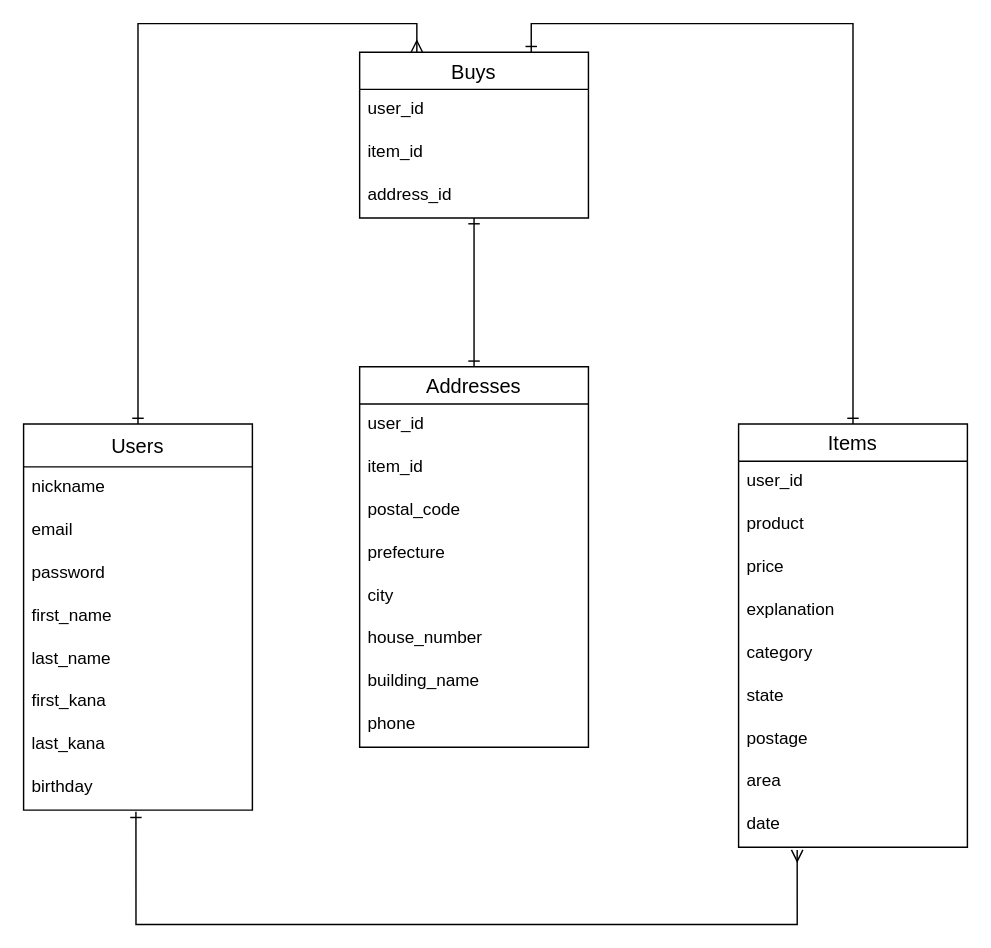
This is furima.dio from shotakawasaki0806/furima-33505, a draw.io file, before an edit. Source tidied: cells renumbered, new cells numbered last; positions are measured from the earlier drawing's top-left corner, leaving out a move shared by most shapes. Both pictures are drawn from the tidied source at 143%, with x=0, y=0 at pixel (23, 51).
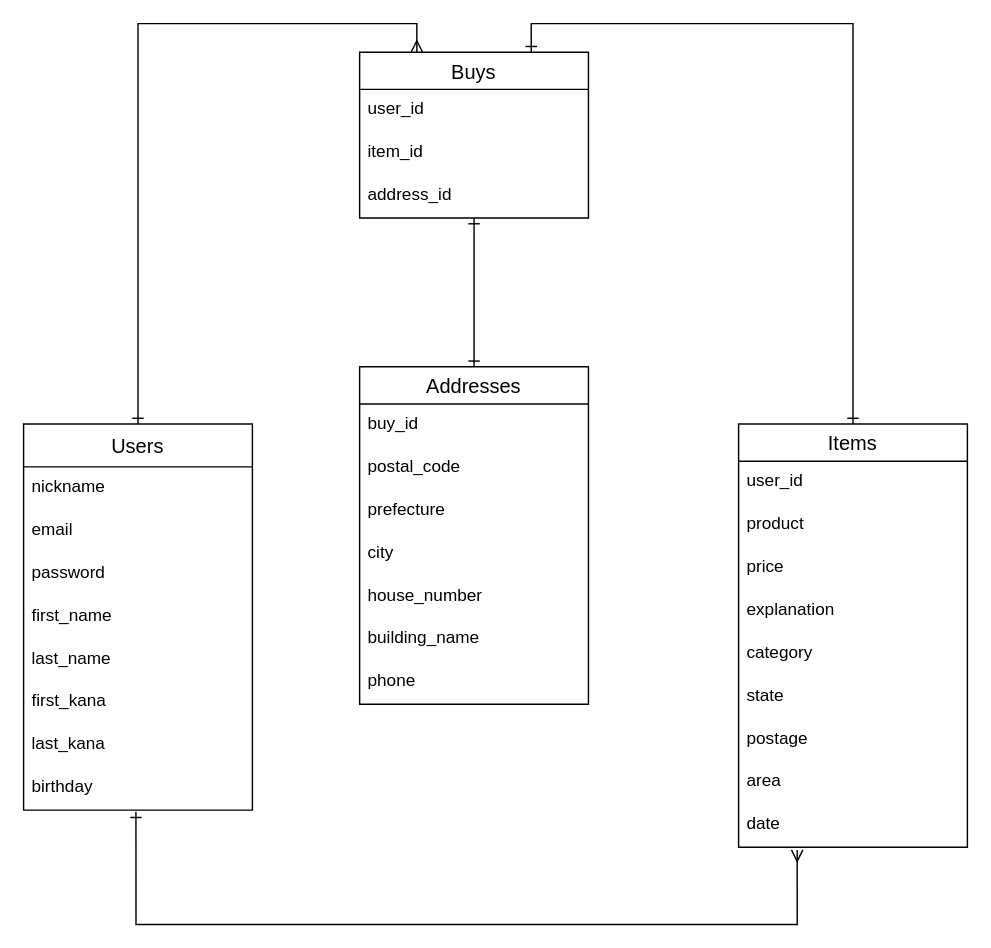
The same diagram, later.

Commit message (it also covers changes not shown here):
外部キーの追記

Diff of the diagram source:
```diff
@@
     <mxCell id="29" value="Addresses" style="swimlane;fontStyle=0;horizontal=1;startSize=26;align=center;fontSize=14;" parent="1" vertex="1">
-      <mxGeometry x="235" y="220" width="160" height="266" as="geometry" />
+      <mxGeometry x="235" y="220" width="160" height="236" as="geometry" />
     </mxCell>
-    <mxCell id="30" value="user_id" style="text;strokeColor=none;fillColor=none;spacingLeft=4;spacingRight=4;overflow=hidden;fontSize=12;" parent="29" vertex="1">
+    <mxCell id="30" value="buy_id" style="text;strokeColor=none;fillColor=none;spacingLeft=4;spacingRight=4;overflow=hidden;fontSize=12;" parent="29" vertex="1">
       <mxGeometry y="26" width="160" height="30" as="geometry" />
     </mxCell>
-    <mxCell id="31" value="item_id" style="text;strokeColor=none;fillColor=none;spacingLeft=4;spacingRight=4;overflow=hidden;fontSize=12;" parent="29" vertex="1">
-      <mxGeometry y="56" width="160" height="30" as="geometry" />
-    </mxCell>
     <mxCell id="32" value="postal_code" style="text;strokeColor=none;fillColor=none;spacingLeft=4;spacingRight=4;overflow=hidden;fontSize=12;" parent="29" vertex="1">
-      <mxGeometry y="86" width="160" height="30" as="geometry" />
+      <mxGeometry y="56" width="160" height="30" as="geometry" />
     </mxCell>
     <mxCell id="33" value="prefecture" style="text;strokeColor=none;fillColor=none;spacingLeft=4;spacingRight=4;overflow=hidden;fontSize=12;" parent="29" vertex="1">
-      <mxGeometry y="116" width="160" height="30" as="geometry" />
+      <mxGeometry y="86" width="160" height="30" as="geometry" />
     </mxCell>
     <mxCell id="34" value="city" style="text;strokeColor=none;fillColor=none;spacingLeft=4;spacingRight=4;overflow=hidden;fontSize=12;" parent="29" vertex="1">
-      <mxGeometry y="146" width="160" height="30" as="geometry" />
+      <mxGeometry y="116" width="160" height="30" as="geometry" />
     </mxCell>
     <mxCell id="35" value="house_number" style="text;strokeColor=none;fillColor=none;spacingLeft=4;spacingRight=4;overflow=hidden;fontSize=12;" parent="29" vertex="1">
-      <mxGeometry y="176" width="160" height="30" as="geometry" />
+      <mxGeometry y="146" width="160" height="30" as="geometry" />
     </mxCell>
     <mxCell id="36" value="building_name" style="text;strokeColor=none;fillColor=none;spacingLeft=4;spacingRight=4;overflow=hidden;fontSize=12;" parent="29" vertex="1">
-      <mxGeometry y="206" width="160" height="30" as="geometry" />
+      <mxGeometry y="176" width="160" height="30" as="geometry" />
     </mxCell>
     <mxCell id="37" value="phone" style="text;strokeColor=none;fillColor=none;spacingLeft=4;spacingRight=4;overflow=hidden;fontSize=12;" parent="29" vertex="1">
-      <mxGeometry y="236" width="160" height="30" as="geometry" />
+      <mxGeometry y="206" width="160" height="30" as="geometry" />
     </mxCell>
```
